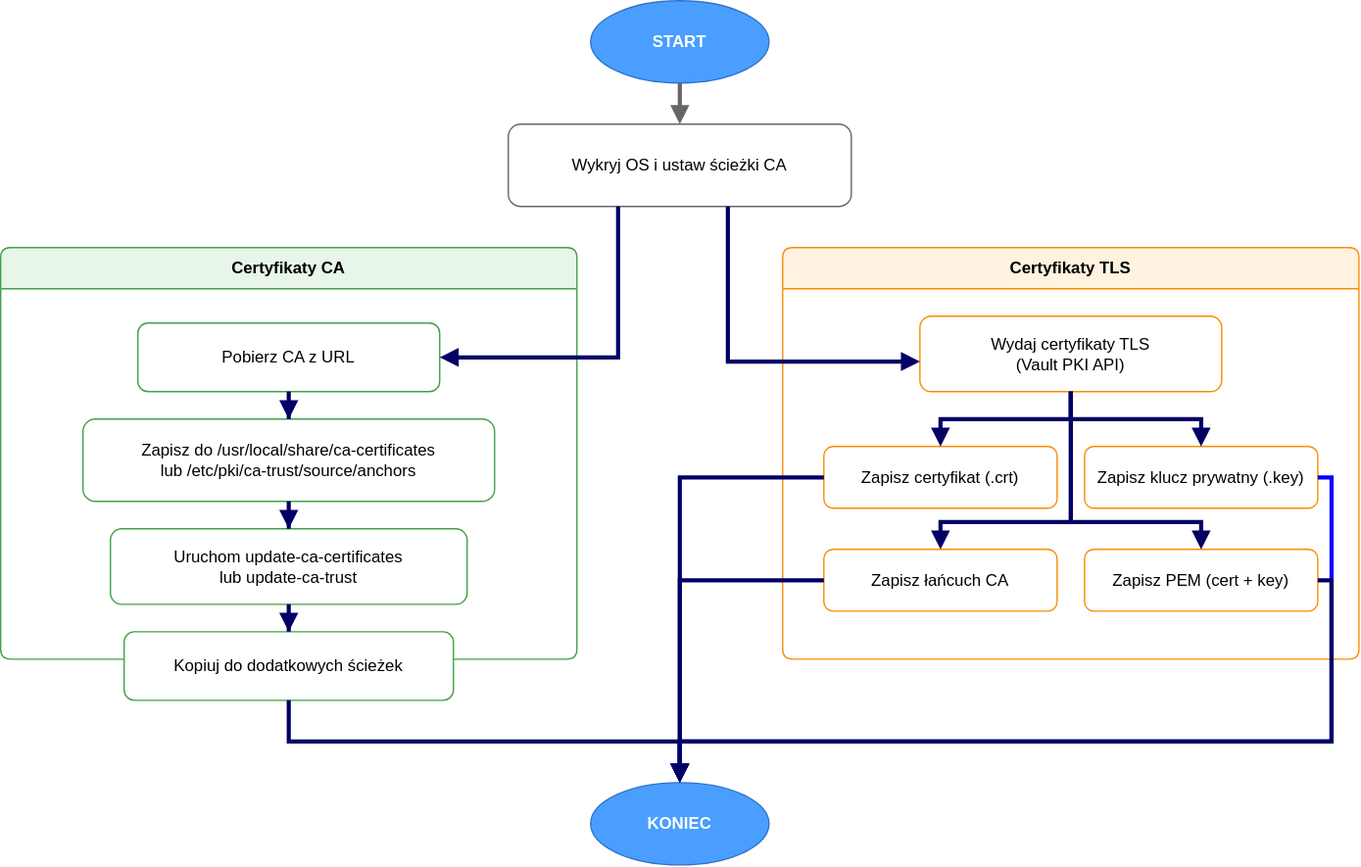
Before: docs/vault_cert_flow.drawio.svg, a diagram exported from draw.io (rachuna-net-pl/artifacts.ansible-roles.certificates). Source tidied: cells renumbered, new cells last; positions are measured from the earlier drawing's top-left corner, leaving out a move shared by most shapes.
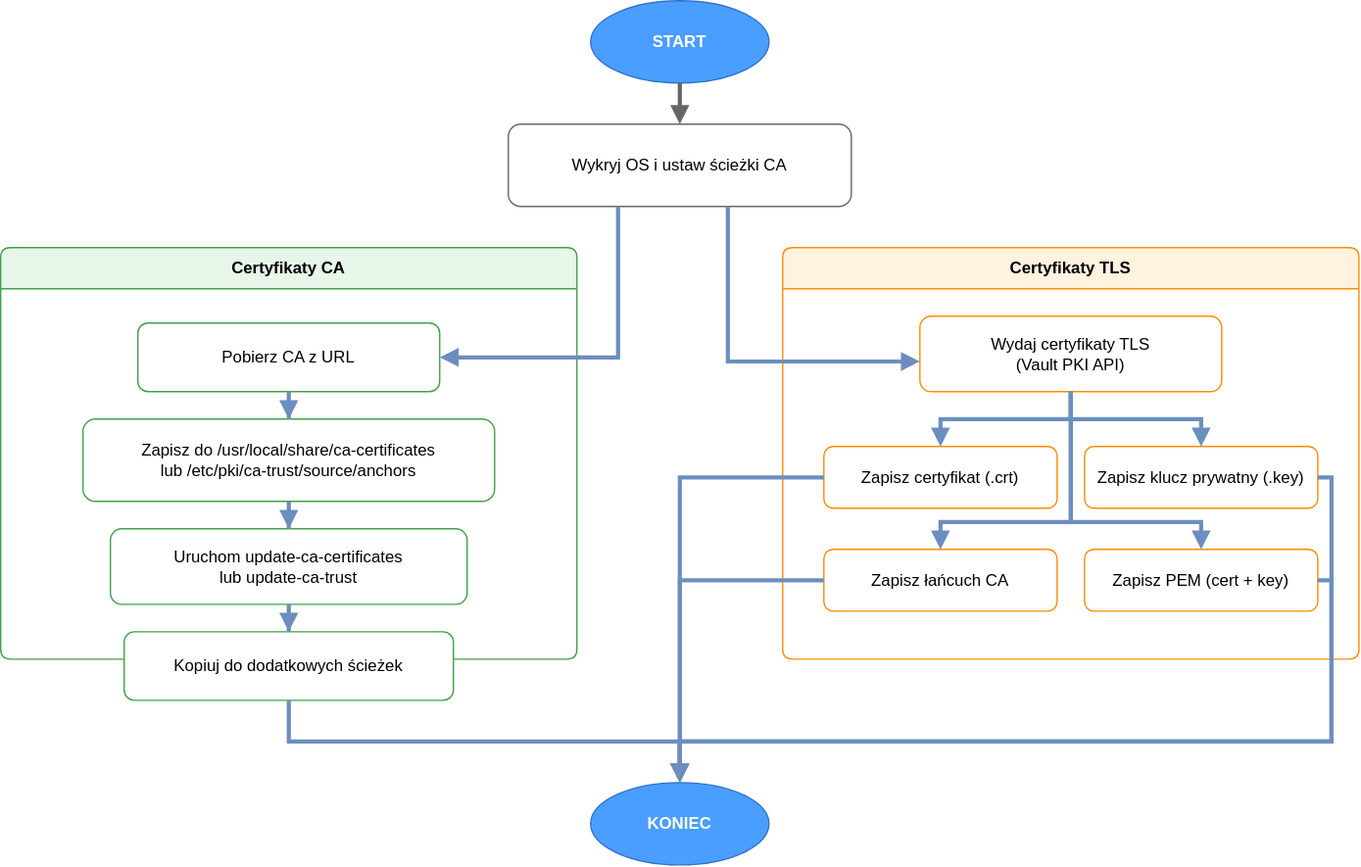
Later version of the same file.

Commit message:
docs: Aktualizacja dokumentacji

What changed in the source:
```diff
@@ -17,13 +17,13 @@
     <mxCell id="6" value="Kopiuj do dodatkowych ścieżek" style="rounded=1;whiteSpace=wrap;html=1;fillColor=#ffffff;strokeColor=#43a047;" parent="2" vertex="1">
       <mxGeometry x="90" y="280" width="240" height="50" as="geometry" />
     </mxCell>
-    <mxCell id="7" style="edgeStyle=orthogonalEdgeStyle;rounded=0;jettySize=auto;html=1;endArrow=block;endFill=1;strokeColor=#000066;strokeWidth=3;" parent="2" edge="1" source="3" target="4">
+    <mxCell id="7" style="edgeStyle=orthogonalEdgeStyle;rounded=0;jettySize=auto;html=1;endArrow=block;endFill=1;strokeColor=#6C8EBF;strokeWidth=3;" parent="2" edge="1" source="3" target="4">
       <mxGeometry relative="1" as="geometry" />
     </mxCell>
-    <mxCell id="8" style="edgeStyle=orthogonalEdgeStyle;rounded=0;jettySize=auto;html=1;endArrow=block;endFill=1;strokeColor=#000066;strokeWidth=3;" parent="2" edge="1" source="4" target="5">
+    <mxCell id="8" style="edgeStyle=orthogonalEdgeStyle;rounded=0;jettySize=auto;html=1;endArrow=block;endFill=1;strokeColor=#6C8EBF;strokeWidth=3;" parent="2" edge="1" source="4" target="5">
       <mxGeometry relative="1" as="geometry" />
     </mxCell>
-    <mxCell id="9" style="edgeStyle=orthogonalEdgeStyle;rounded=0;jettySize=auto;html=1;endArrow=block;endFill=1;strokeColor=#000066;strokeWidth=3;" parent="2" edge="1" source="5" target="6">
+    <mxCell id="9" style="edgeStyle=orthogonalEdgeStyle;rounded=0;jettySize=auto;html=1;endArrow=block;endFill=1;strokeColor=#6C8EBF;strokeWidth=3;" parent="2" edge="1" source="5" target="6">
       <mxGeometry relative="1" as="geometry" />
     </mxCell>
     <mxCell id="10" value="Certyfikaty TLS" style="swimlane;whiteSpace=wrap;html=1;startSize=30;fillColor=#fff3e0;strokeColor=#fb8c00;fontStyle=1;rounded=1;arcSize=8;" parent="1" vertex="1">
@@ -44,13 +44,13 @@
     <mxCell id="15" value="Zapisz PEM (cert + key)" style="rounded=1;whiteSpace=wrap;html=1;fillColor=#ffffff;strokeColor=#fb8c00;" parent="10" vertex="1">
       <mxGeometry x="220" y="220" width="170" height="45" as="geometry" />
     </mxCell>
-    <mxCell id="16" style="edgeStyle=orthogonalEdgeStyle;rounded=0;jettySize=auto;html=1;endArrow=block;endFill=1;strokeColor=#000066;strokeWidth=3;" parent="10" edge="1" source="11" target="12">
+    <mxCell id="16" style="edgeStyle=orthogonalEdgeStyle;rounded=0;jettySize=auto;html=1;endArrow=block;endFill=1;strokeColor=#6C8EBF;strokeWidth=3;" parent="10" edge="1" source="11" target="12">
       <mxGeometry relative="1" as="geometry" />
     </mxCell>
-    <mxCell id="17" style="edgeStyle=orthogonalEdgeStyle;rounded=0;jettySize=auto;html=1;endArrow=block;endFill=1;strokeColor=#000066;strokeWidth=3;" parent="10" edge="1" source="11" target="13">
+    <mxCell id="17" style="edgeStyle=orthogonalEdgeStyle;rounded=0;jettySize=auto;html=1;endArrow=block;endFill=1;strokeColor=#6C8EBF;strokeWidth=3;" parent="10" edge="1" source="11" target="13">
       <mxGeometry relative="1" as="geometry" />
     </mxCell>
-    <mxCell id="18" style="edgeStyle=orthogonalEdgeStyle;rounded=0;jettySize=auto;html=1;endArrow=block;endFill=1;strokeColor=#000066;strokeWidth=3;" parent="10" edge="1" source="11" target="14">
+    <mxCell id="18" style="edgeStyle=orthogonalEdgeStyle;rounded=0;jettySize=auto;html=1;endArrow=block;endFill=1;strokeColor=#6C8EBF;strokeWidth=3;" parent="10" edge="1" source="11" target="14">
       <mxGeometry relative="1" as="geometry">
         <Array as="points">
           <mxPoint x="210" y="200" />
@@ -58,7 +58,7 @@
         </Array>
       </mxGeometry>
     </mxCell>
-    <mxCell id="19" style="edgeStyle=orthogonalEdgeStyle;rounded=0;jettySize=auto;html=1;endArrow=block;endFill=1;strokeColor=#000066;strokeWidth=3;" parent="10" edge="1" source="11" target="15">
+    <mxCell id="19" style="edgeStyle=orthogonalEdgeStyle;rounded=0;jettySize=auto;html=1;endArrow=block;endFill=1;strokeColor=#6C8EBF;strokeWidth=3;" parent="10" edge="1" source="11" target="15">
       <mxGeometry relative="1" as="geometry">
         <Array as="points">
           <mxPoint x="210" y="200" />
@@ -78,21 +78,21 @@
     <mxCell id="23" style="edgeStyle=orthogonalEdgeStyle;rounded=0;jettySize=auto;html=1;endArrow=block;endFill=1;strokeColor=#666666;strokeWidth=3;" parent="1" edge="1" source="20" target="21">
       <mxGeometry relative="1" as="geometry" />
     </mxCell>
-    <mxCell id="24" style="edgeStyle=orthogonalEdgeStyle;rounded=0;jettySize=auto;html=1;endArrow=block;endFill=1;strokeColor=#000066;strokeWidth=3;" parent="1" edge="1" source="21" target="3">
+    <mxCell id="24" style="edgeStyle=orthogonalEdgeStyle;rounded=0;jettySize=auto;html=1;endArrow=block;endFill=1;strokeColor=#6C8EBF;strokeWidth=3;" parent="1" edge="1" source="21" target="3">
       <mxGeometry relative="1" as="geometry">
         <Array as="points">
           <mxPoint x="450" y="260" />
         </Array>
       </mxGeometry>
     </mxCell>
-    <mxCell id="25" style="edgeStyle=orthogonalEdgeStyle;rounded=0;jettySize=auto;html=1;endArrow=block;endFill=1;strokeColor=#000066;strokeWidth=3;" parent="1" edge="1" source="21" target="11">
+    <mxCell id="25" style="edgeStyle=orthogonalEdgeStyle;rounded=0;jettySize=auto;html=1;endArrow=block;endFill=1;strokeColor=#6C8EBF;strokeWidth=3;" parent="1" edge="1" source="21" target="11">
       <mxGeometry relative="1" as="geometry">
         <Array as="points">
           <mxPoint x="530" y="263" />
         </Array>
       </mxGeometry>
     </mxCell>
-    <mxCell id="26" style="edgeStyle=orthogonalEdgeStyle;rounded=0;jettySize=auto;html=1;endArrow=block;endFill=1;strokeColor=#000066;strokeWidth=3;entryX=0.5;entryY=0;entryDx=0;entryDy=0;" parent="1" edge="1" source="6" target="22">
+    <mxCell id="26" style="edgeStyle=orthogonalEdgeStyle;rounded=0;jettySize=auto;html=1;endArrow=block;endFill=1;strokeColor=#6C8EBF;strokeWidth=3;entryX=0.5;entryY=0;entryDx=0;entryDy=0;" parent="1" edge="1" source="6" target="22">
       <mxGeometry relative="1" as="geometry">
         <Array as="points">
           <mxPoint x="210" y="540" />
@@ -100,14 +100,14 @@
         </Array>
       </mxGeometry>
     </mxCell>
-    <mxCell id="27" style="edgeStyle=orthogonalEdgeStyle;rounded=0;jettySize=auto;html=1;endArrow=block;endFill=1;strokeColor=#000066;strokeWidth=3;entryX=0.5;entryY=0;entryDx=0;entryDy=0;" parent="1" edge="1" source="12" target="22">
+    <mxCell id="27" style="edgeStyle=orthogonalEdgeStyle;rounded=0;jettySize=auto;html=1;endArrow=block;endFill=1;strokeColor=#6C8EBF;strokeWidth=3;entryX=0.5;entryY=0;entryDx=0;entryDy=0;" parent="1" edge="1" source="12" target="22">
       <mxGeometry relative="1" as="geometry">
         <Array as="points">
           <mxPoint x="495" y="347" />
         </Array>
       </mxGeometry>
     </mxCell>
-    <mxCell id="28" style="edgeStyle=orthogonalEdgeStyle;rounded=0;jettySize=auto;html=1;endArrow=block;endFill=1;strokeColor=#0000FF;strokeWidth=3;entryX=0.5;entryY=0;entryDx=0;entryDy=0;exitX=1;exitY=0.5;exitDx=0;exitDy=0;" parent="1" edge="1" source="13" target="22">
+    <mxCell id="28" style="edgeStyle=orthogonalEdgeStyle;rounded=0;jettySize=auto;html=1;endArrow=block;endFill=1;strokeColor=#6C8EBF;strokeWidth=3;entryX=0.5;entryY=0;entryDx=0;entryDy=0;exitX=1;exitY=0.5;exitDx=0;exitDy=0;" parent="1" edge="1" source="13" target="22">
       <mxGeometry relative="1" as="geometry">
         <Array as="points">
           <mxPoint x="970" y="348" />
@@ -116,14 +116,14 @@
         </Array>
       </mxGeometry>
     </mxCell>
-    <mxCell id="29" style="edgeStyle=orthogonalEdgeStyle;rounded=0;jettySize=auto;html=1;endArrow=block;endFill=1;strokeColor=#000066;strokeWidth=3;entryX=0.5;entryY=0;entryDx=0;entryDy=0;" parent="1" edge="1" source="14" target="22">
+    <mxCell id="29" style="edgeStyle=orthogonalEdgeStyle;rounded=0;jettySize=auto;html=1;endArrow=block;endFill=1;strokeColor=#6C8EBF;strokeWidth=3;entryX=0.5;entryY=0;entryDx=0;entryDy=0;" parent="1" edge="1" source="14" target="22">
       <mxGeometry relative="1" as="geometry">
         <Array as="points">
           <mxPoint x="495" y="423" />
         </Array>
       </mxGeometry>
     </mxCell>
-    <mxCell id="30" style="edgeStyle=orthogonalEdgeStyle;rounded=0;jettySize=auto;html=1;endArrow=block;endFill=1;strokeColor=#000066;strokeWidth=3;entryX=0.5;entryY=0;entryDx=0;entryDy=0;" parent="1" edge="1" source="15" target="22">
+    <mxCell id="30" style="edgeStyle=orthogonalEdgeStyle;rounded=0;jettySize=auto;html=1;endArrow=block;endFill=1;strokeColor=#6C8EBF;strokeWidth=3;entryX=0.5;entryY=0;entryDx=0;entryDy=0;" parent="1" edge="1" source="15" target="22">
       <mxGeometry relative="1" as="geometry">
         <Array as="points">
           <mxPoint x="970" y="423" />
```
